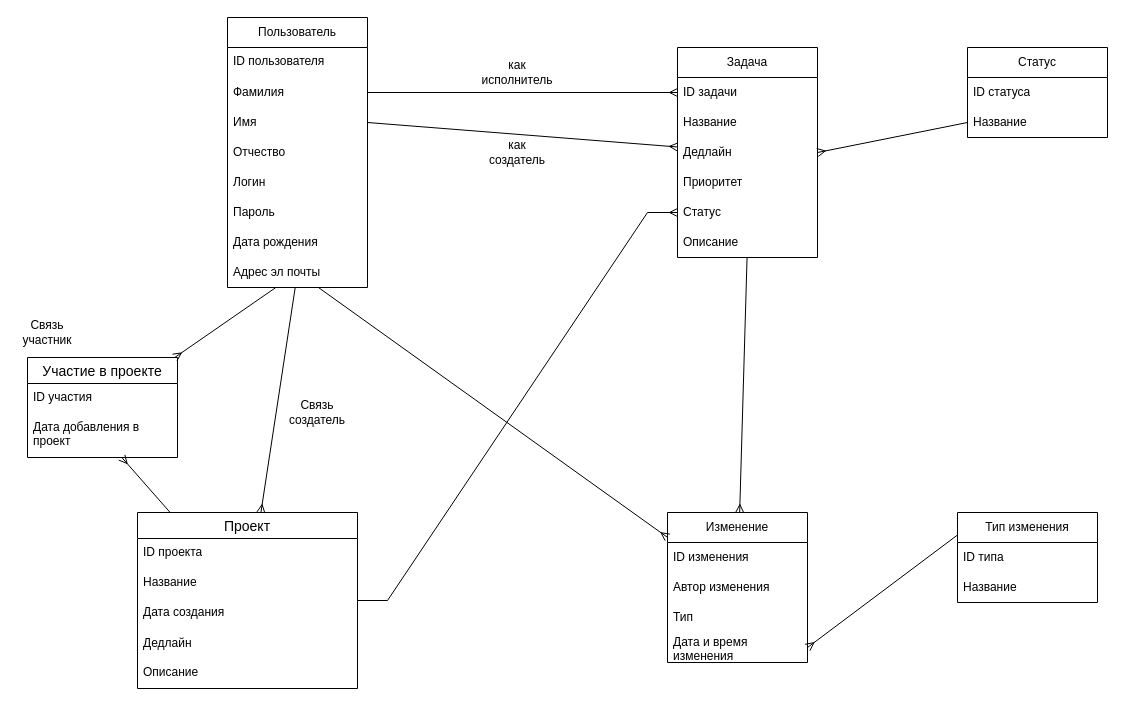
DeeMassG/Task-Tracker keeps this draw.io diagram as doc/erd.drawio. Above is the earlier version. Source tidied: cells renumbered, new cells numbered last; positions are measured from the earlier drawing's top-left corner, leaving out a move shared by most shapes. Both pictures are drawn from the tidied source at 100%, with x=0, y=0 at pixel (17, 17).
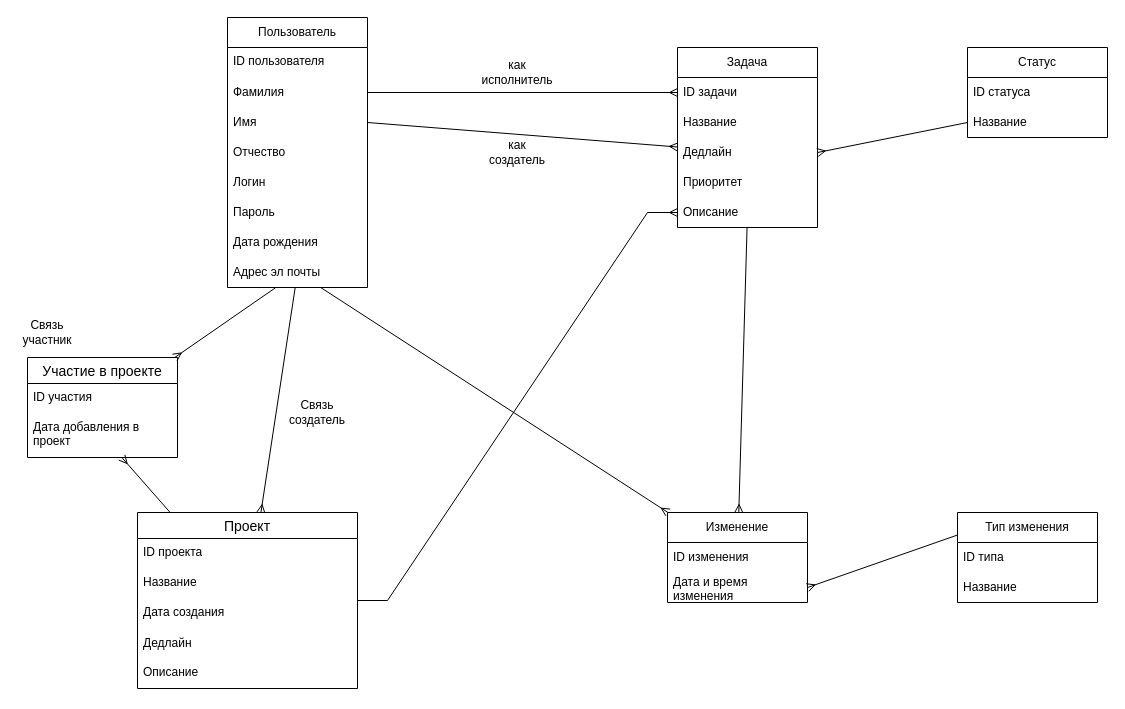
The same page after the edit.

Commit message (it also covers changes not shown here):
ТЗ принято. Удалены несколько лишних атрибутов в er и relataion diagrams. ER проверена и условно принята (за исключением лишних атрибутов)

The change refers to these unchanged cells:
```xml
<mxCell id="23" value="Проект" style="swimlane;fontStyle=0;horizontal=1;startSize=26;align=center;fontSize=14;" parent="1" vertex="1">
  <mxGeometry x="120" y="495" width="220" height="176" as="geometry" />
</mxCell>
```

Change to the diagram source:
```diff
@@
     <mxCell id="11" value="Задача" style="swimlane;fontStyle=0;horizontal=1;startSize=30;whiteSpace=wrap;html=1;" parent="1" vertex="1">
-      <mxGeometry x="660" y="30" width="140" height="210" as="geometry" />
+      <mxGeometry x="660" y="30" width="140" height="180" as="geometry" />
     </mxCell>
@@
-    <mxCell id="16" value="Статус" style="text;strokeColor=none;fillColor=none;align=left;verticalAlign=middle;spacingLeft=4;spacingRight=4;overflow=hidden;points=[[0,0.5],[1,0.5]];portConstraint=eastwest;whiteSpace=wrap;html=1;" parent="11" vertex="1">
-      <mxGeometry y="150" width="140" height="30" as="geometry" />
-    </mxCell>
     <mxCell id="17" value="Описание" style="text;strokeColor=none;fillColor=none;align=left;verticalAlign=middle;spacingLeft=4;spacingRight=4;overflow=hidden;points=[[0,0.5],[1,0.5]];portConstraint=eastwest;whiteSpace=wrap;html=1;" parent="11" vertex="1">
-      <mxGeometry y="180" width="140" height="30" as="geometry" />
+      <mxGeometry y="150" width="140" height="30" as="geometry" />
     </mxCell>
     <mxCell id="18" value="Изменение" style="swimlane;fontStyle=0;horizontal=1;startSize=30;whiteSpace=wrap;html=1;" parent="1" vertex="1">
-      <mxGeometry x="650" y="495" width="140" height="150" as="geometry" />
+      <mxGeometry x="650" y="495" width="140" height="90" as="geometry" />
     </mxCell>
@@
-    <mxCell id="20" value="Автор изменения" style="text;strokeColor=none;fillColor=none;align=left;verticalAlign=middle;spacingLeft=4;spacingRight=4;overflow=hidden;whiteSpace=wrap;html=1;" parent="18" vertex="1">
-      <mxGeometry y="60" width="140" height="30" as="geometry" />
-    </mxCell>
-    <mxCell id="21" value="Тип" style="text;strokeColor=none;fillColor=none;align=left;verticalAlign=middle;spacingLeft=4;spacingRight=4;overflow=hidden;whiteSpace=wrap;html=1;" parent="18" vertex="1">
-      <mxGeometry y="90" width="140" height="30" as="geometry" />
-    </mxCell>
     <mxCell id="22" value="Дата и время изменения" style="text;strokeColor=none;fillColor=none;align=left;verticalAlign=middle;spacingLeft=4;spacingRight=4;overflow=hidden;points=[[0,0.5],[1,0.5]];portConstraint=eastwest;whiteSpace=wrap;html=1;" parent="18" vertex="1">
-      <mxGeometry y="120" width="140" height="30" as="geometry" />
+      <mxGeometry y="60" width="140" height="30" as="geometry" />
     </mxCell>
@@
-    <mxCell id="30" style="fontSize=12;html=1;endArrow=ERmany;rounded=0;edgeStyle=entityRelationEdgeStyle;" parent="1" edge="1" source="23" target="16">
-      <mxGeometry relative="1" as="geometry" />
+    <mxCell id="30" style="fontSize=12;html=1;endArrow=ERmany;rounded=0;edgeStyle=entityRelationEdgeStyle;" parent="1" edge="1" source="23">
+      <mxGeometry relative="1" as="geometry">
+        <mxPoint x="660" y="195" as="targetPoint" />
+      </mxGeometry>
     </mxCell>
```
